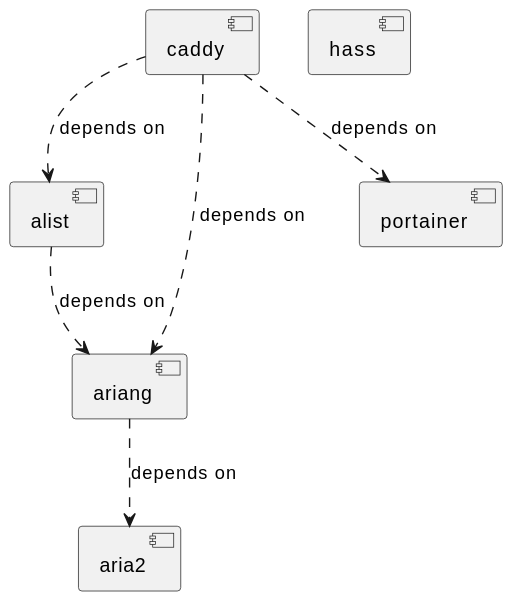
Before: services_graph.svg, a diagram exported from PlantUML (CS-Tao/pi-services).
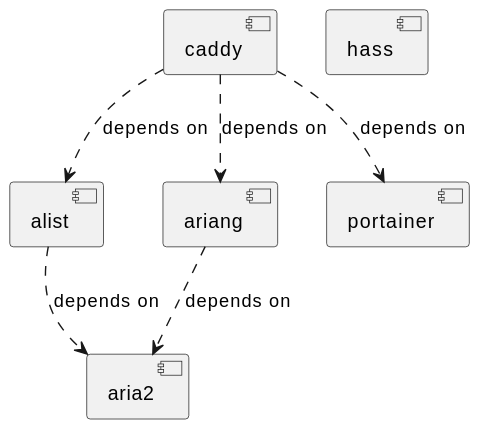
The same file after the commit.

What changed in the source:
```diff
@@ -6,7 +6,7 @@
 [caddy]
 [hass]
 [portainer]
-[alist] ..> [ariang] : depends on
+[alist] ..> [aria2] : depends on
 [ariang] ..> [aria2] : depends on
 [caddy] ..> [alist] : depends on
 [caddy] ..> [ariang] : depends on
```
